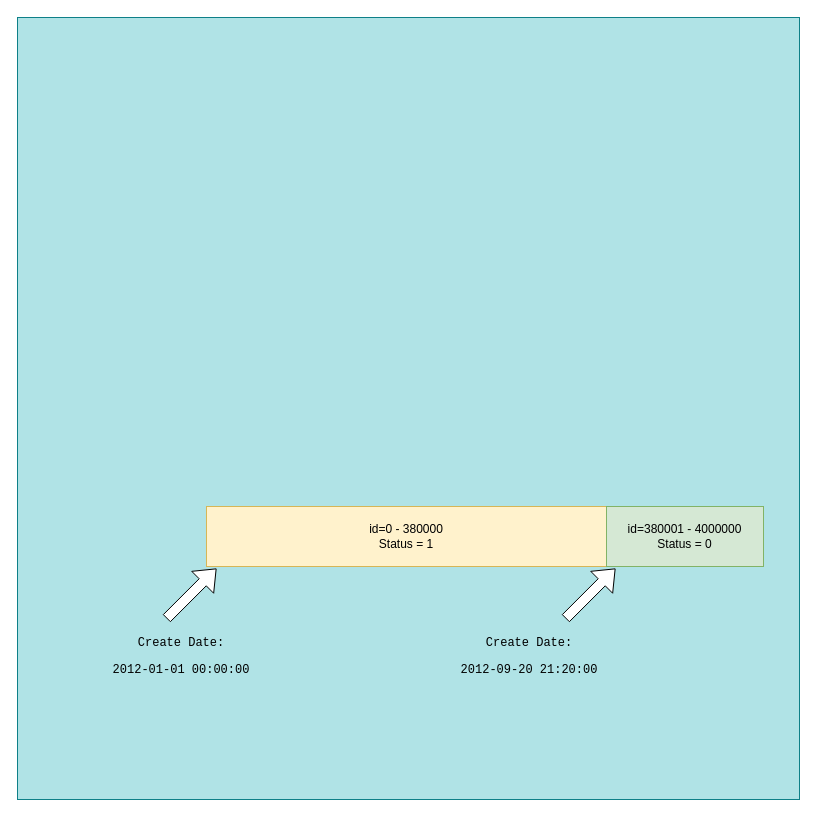
cmkam/architecture keeps this draw.io diagram as page "Page-1" (1 of 2) of drawio/mysql/mysql.drawio. Above is the earlier version. Source tidied: cells renumbered, new cells numbered last; positions are measured from the earlier drawing's top-left corner, leaving out a move shared by most shapes. Both pictures are drawn from the tidied source at 100%, with x=0, y=0 at pixel (17, 17).
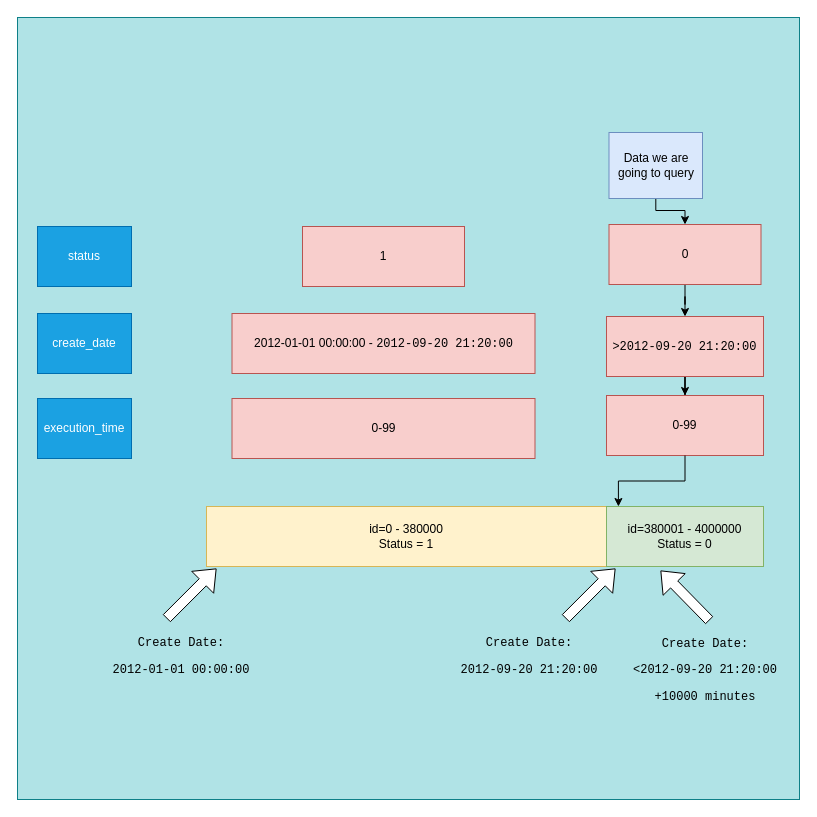
The same diagram, later.

The change refers to these unchanged cells:
```xml
<mxCell id="4" value="id=380001 - 4000000&lt;div&gt;Status = 0&lt;/div&gt;" style="rounded=0;whiteSpace=wrap;html=1;fillColor=#d5e8d4;strokeColor=#82b366;" parent="1" vertex="1">
  <mxGeometry x="589" y="489" width="157" height="60" as="geometry" />
</mxCell>
```

The edit, as a diff of the source:
```diff
@@
+    <mxCell id="9" parent="0" />
+    <mxCell id="10" style="edgeStyle=orthogonalEdgeStyle;rounded=0;jettySize=auto;html=1;entryX=0.5;entryY=0;entryDx=0;entryDy=0;" parent="9" edge="1" source="11" target="16">
+      <mxGeometry relative="1" as="geometry">
+        <Array as="points">
+          <mxPoint x="638" y="193" />
+          <mxPoint x="668" y="193" />
+        </Array>
+      </mxGeometry>
+    </mxCell>
+    <mxCell id="11" value="Data we are going to query" style="rounded=0;whiteSpace=wrap;html=1;fillColor=#dae8fc;strokeColor=#6c8ebf;" parent="9" vertex="1">
+      <mxGeometry x="591.5" y="115" width="93.5" height="66" as="geometry" />
+    </mxCell>
+    <mxCell id="12" style="shape=flexArrow;endArrow=classic;html=1;rounded=0;fillColor=default;" parent="9" edge="1">
+      <mxGeometry relative="1" as="geometry">
+        <mxPoint x="692" y="603" as="sourcePoint" />
+        <mxPoint x="643" y="553" as="targetPoint" />
+      </mxGeometry>
+    </mxCell>
+    <mxCell id="13" value="&lt;pre class=&quot;graf graf--pre&quot;&gt;Create Date:&lt;/pre&gt;&lt;pre class=&quot;graf graf--pre&quot;&gt;&amp;lt;2012-09-20 21:20:00&lt;/pre&gt;&lt;pre class=&quot;graf graf--pre&quot;&gt;+10000 minutes&lt;/pre&gt;" style="text;html=1;align=center;verticalAlign=middle;whiteSpace=wrap;rounded=0;" parent="9" vertex="1">
+      <mxGeometry x="618" y="609" width="140" height="88" as="geometry" />
+    </mxCell>
+    <mxCell id="14" value="1" style="rounded=0;whiteSpace=wrap;html=1;fillColor=#f8cecc;strokeColor=#b85450;" parent="9" vertex="1">
+      <mxGeometry x="285" y="209" width="162" height="60" as="geometry" />
+    </mxCell>
+    <mxCell id="15" style="edgeStyle=orthogonalEdgeStyle;rounded=0;jettySize=auto;html=1;entryX=0.5;entryY=0;entryDx=0;entryDy=0;" parent="9" edge="1" source="16" target="22">
+      <mxGeometry relative="1" as="geometry" />
+    </mxCell>
+    <mxCell id="16" value="0" style="rounded=0;whiteSpace=wrap;html=1;fillColor=#f8cecc;strokeColor=#b85450;" parent="9" vertex="1">
+      <mxGeometry x="591.5" y="207" width="152" height="60" as="geometry" />
+    </mxCell>
+    <mxCell id="17" value="status" style="rounded=0;whiteSpace=wrap;html=1;fillColor=#1ba1e2;fontColor=#ffffff;strokeColor=#006EAF;" parent="9" vertex="1">
+      <mxGeometry x="20" y="209" width="94" height="60" as="geometry" />
+    </mxCell>
+    <mxCell id="18" value="execution_time" style="rounded=0;whiteSpace=wrap;html=1;fillColor=#1ba1e2;fontColor=#ffffff;strokeColor=#006EAF;" parent="9" vertex="1">
+      <mxGeometry x="20" y="381" width="94" height="60" as="geometry" />
+    </mxCell>
+    <mxCell id="19" value="create_date" style="rounded=0;whiteSpace=wrap;html=1;fillColor=#1ba1e2;fontColor=#ffffff;strokeColor=#006EAF;" parent="9" vertex="1">
+      <mxGeometry x="20" y="296" width="94" height="60" as="geometry" />
+    </mxCell>
+    <mxCell id="20" value="&lt;pre class=&quot;graf graf--pre&quot;&gt;&lt;font face=&quot;Helvetica&quot;&gt;&lt;span style=&quot;white-space: normal;&quot;&gt;0-99&lt;/span&gt;&lt;/font&gt;&lt;/pre&gt;" style="rounded=0;whiteSpace=wrap;html=1;fillColor=#f8cecc;strokeColor=#b85450;" parent="9" vertex="1">
+      <mxGeometry x="214.5" y="381" width="303" height="60" as="geometry" />
+    </mxCell>
+    <mxCell id="21" style="edgeStyle=orthogonalEdgeStyle;rounded=0;jettySize=auto;html=1;" parent="9" edge="1" source="22" target="24">
+      <mxGeometry relative="1" as="geometry" />
+    </mxCell>
+    <mxCell id="22" value="&lt;pre class=&quot;graf graf--pre&quot;&gt;&lt;span style=&quot;background-color: initial; font-family: Helvetica; white-space: normal;&quot;&gt;&amp;gt;&lt;/span&gt;2012-09-20 21:20:00&lt;/pre&gt;" style="rounded=0;whiteSpace=wrap;html=1;fillColor=#f8cecc;strokeColor=#b85450;" parent="9" vertex="1">
+      <mxGeometry x="589" y="299" width="157" height="60" as="geometry" />
+    </mxCell>
+    <mxCell id="23" value="&lt;pre class=&quot;graf graf--pre&quot;&gt;&lt;span style=&quot;background-color: initial; font-family: Helvetica; white-space: normal;&quot;&gt;2012-01-01 00:00:00 -&amp;nbsp;&lt;/span&gt;2012-09-20 21:20:00&lt;/pre&gt;" style="rounded=0;whiteSpace=wrap;html=1;fillColor=#f8cecc;strokeColor=#b85450;" parent="9" vertex="1">
+      <mxGeometry x="214.5" y="296" width="303" height="60" as="geometry" />
+    </mxCell>
+    <mxCell id="24" value="&lt;pre class=&quot;graf graf--pre&quot;&gt;&lt;font face=&quot;Helvetica&quot;&gt;&lt;span style=&quot;white-space: normal;&quot;&gt;0-99&lt;/span&gt;&lt;/font&gt;&lt;/pre&gt;" style="rounded=0;whiteSpace=wrap;html=1;fillColor=#f8cecc;strokeColor=#b85450;" parent="9" vertex="1">
+      <mxGeometry x="589" y="378" width="157" height="60" as="geometry" />
+    </mxCell>
+    <mxCell id="25" style="edgeStyle=orthogonalEdgeStyle;rounded=0;jettySize=auto;html=1;entryX=0.076;entryY=0;entryDx=0;entryDy=0;entryPerimeter=0;" parent="9" edge="1" source="24" target="4">
+      <mxGeometry relative="1" as="geometry" />
+    </mxCell>
```
